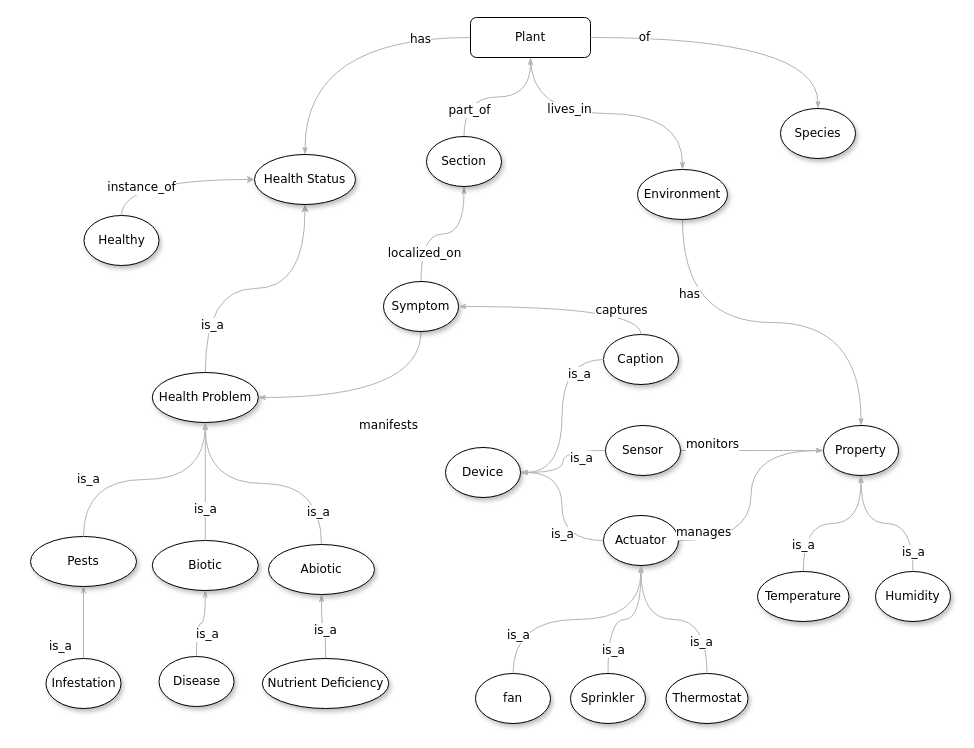
The draw.io diagram greenhouse_conceptualization.drawio in francescoperagine/GreMaES, before the edit. Source tidied: cells renumbered, new cells numbered last; positions are measured from the earlier drawing's top-left corner, leaving out a move shared by most shapes. Both pictures are drawn from the tidied source at 100%, with x=0, y=0 at pixel (30, 17).
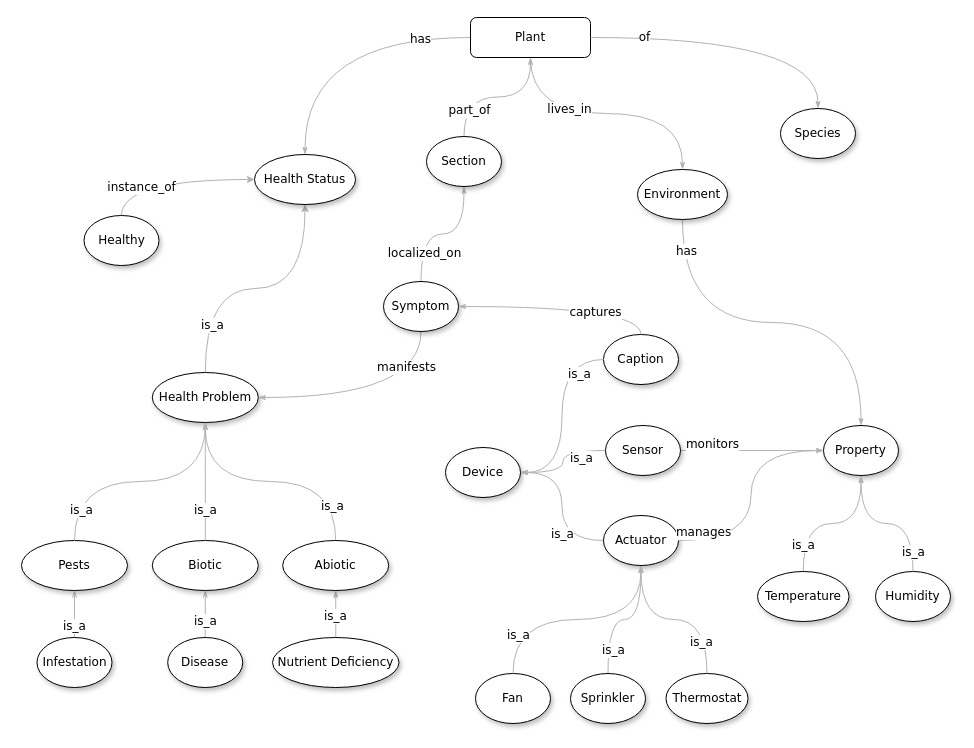
Above is the later version.

Commit message (it also covers changes not shown here):
Conceptualization update, healthy status added, messages fix

The change refers to these unchanged cells:
```xml
<mxCell id="9" value="&lt;span&gt;Environment&lt;/span&gt;" style="ellipse;whiteSpace=wrap;html=1;rounded=0;shadow=1;comic=0;labelBackgroundColor=default;strokeWidth=1;fontFamily=Verdana;fontSize=12;align=center;" parent="1" vertex="1">
  <mxGeometry x="607" y="152" width="90" height="50" as="geometry" />
</mxCell>
<mxCell id="10" value="&lt;span&gt;Property&lt;/span&gt;" style="ellipse;whiteSpace=wrap;html=1;rounded=0;shadow=1;comic=0;labelBackgroundColor=default;strokeWidth=1;fontFamily=Verdana;fontSize=12;align=center;" parent="1" vertex="1">
  <mxGeometry x="793" y="408" width="75" height="50" as="geometry" />
</mxCell>
<mxCell id="13" value="Health Problem" style="ellipse;whiteSpace=wrap;html=1;rounded=0;shadow=1;comic=0;labelBackgroundColor=default;strokeWidth=1;fontFamily=Verdana;fontSize=12;align=center;" parent="1" vertex="1">
  <mxGeometry x="121.8" y="355" width="106" height="50" as="geometry" />
</mxCell>
<mxCell id="19" value="Symptom" style="ellipse;whiteSpace=wrap;html=1;rounded=0;shadow=1;comic=0;labelBackgroundColor=default;strokeWidth=1;fontFamily=Verdana;fontSize=12;align=center;" parent="1" vertex="1">
  <mxGeometry x="353" y="264" width="75" height="50" as="geometry" />
</mxCell>
<mxCell id="38" value="Biotic" style="ellipse;whiteSpace=wrap;html=1;rounded=0;shadow=1;comic=0;labelBackgroundColor=default;strokeWidth=1;fontFamily=Verdana;fontSize=12;align=center;" parent="1" vertex="1">
  <mxGeometry x="121.8" y="523" width="106" height="50" as="geometry" />
</mxCell>
<mxCell id="41" value="&lt;span&gt;Caption&lt;/span&gt;" style="ellipse;whiteSpace=wrap;html=1;rounded=0;shadow=1;comic=0;labelBackgroundColor=default;strokeWidth=1;fontFamily=Verdana;fontSize=12;align=center;" parent="1" vertex="1">
  <mxGeometry x="573" y="317" width="75" height="50" as="geometry" />
</mxCell>
```

What changed in the source:
```diff
@@
     <mxCell id="8" value="has" style="edgeStyle=orthogonalEdgeStyle;rounded=0;html=1;labelBackgroundColor=default;startArrow=classicThin;startFill=1;startSize=5;endArrow=none;endFill=0;endSize=5;jettySize=auto;strokeColor=#B3B3B3;strokeWidth=1;fontFamily=Verdana;fontSize=12;curved=1;entryX=0.5;entryY=1;entryDx=0;entryDy=0;exitX=0.5;exitY=0;exitDx=0;exitDy=0;" parent="1" edge="1" source="10" target="9">
-      <mxGeometry x="0.61" y="-7" relative="1" as="geometry" />
+      <mxGeometry x="0.84" y="-4" relative="1" as="geometry">
+        <mxPoint y="1" as="offset" />
+      </mxGeometry>
     </mxCell>
@@
     <mxCell id="12" value="is_a" style="edgeStyle=orthogonalEdgeStyle;rounded=0;html=1;labelBackgroundColor=default;startArrow=openThin;startFill=0;startSize=5;endArrow=none;endFill=0;endSize=5;jettySize=auto;strokeColor=#B3B3B3;strokeWidth=1;fontFamily=Verdana;fontSize=12;exitX=0.5;exitY=1;exitDx=0;exitDy=0;elbow=vertical;curved=1;" parent="1" edge="1" source="38" target="15">
-      <mxGeometry x="0.41" y="10" relative="1" as="geometry">
-        <mxPoint x="1" as="offset" />
-      </mxGeometry>
+      <mxGeometry x="0.31" relative="1" as="geometry" />
     </mxCell>
@@
     <mxCell id="15" value="Disease" style="ellipse;whiteSpace=wrap;html=1;rounded=0;shadow=1;comic=0;labelBackgroundColor=default;strokeWidth=1;fontFamily=Verdana;fontSize=12;align=center;" parent="1" vertex="1">
-      <mxGeometry x="128.5" y="639" width="75" height="50" as="geometry" />
+      <mxGeometry x="137.2" y="620" width="75" height="50" as="geometry" />
     </mxCell>
@@
     <mxCell id="18" value="manifests" style="edgeStyle=orthogonalEdgeStyle;rounded=0;html=1;labelBackgroundColor=default;startArrow=classicThin;startFill=1;startSize=5;endArrow=none;endFill=0;endSize=5;jettySize=auto;strokeColor=#B3B3B3;strokeWidth=1;fontFamily=Verdana;fontSize=12;elbow=vertical;curved=1;" parent="1" edge="1" source="13" target="19">
-      <mxGeometry x="0.14" y="-28" relative="1" as="geometry" />
+      <mxGeometry x="0.69" y="16" relative="1" as="geometry">
+        <mxPoint x="1" as="offset" />
+      </mxGeometry>
     </mxCell>
@@
     <mxCell id="20" value="is_a" style="edgeStyle=orthogonalEdgeStyle;rounded=0;html=1;labelBackgroundColor=default;startArrow=openThin;startFill=0;startSize=5;endArrow=none;endFill=0;endSize=5;jettySize=auto;strokeColor=#B3B3B3;strokeWidth=1;fontFamily=Verdana;fontSize=12;elbow=vertical;curved=1;" parent="1" edge="1" source="50" target="21">
-      <mxGeometry x="0.66" y="-23" relative="1" as="geometry" />
+      <mxGeometry x="0.54" relative="1" as="geometry" />
     </mxCell>
     <mxCell id="21" value="Infestation" style="ellipse;whiteSpace=wrap;html=1;rounded=0;shadow=1;comic=0;labelBackgroundColor=default;strokeWidth=1;fontFamily=Verdana;fontSize=12;align=center;" parent="1" vertex="1">
-      <mxGeometry x="15.5" y="641" width="75" height="50" as="geometry" />
+      <mxGeometry x="6.5" y="620" width="75" height="50" as="geometry" />
     </mxCell>
     <mxCell id="22" value="is_a" style="edgeStyle=orthogonalEdgeStyle;rounded=0;html=1;labelBackgroundColor=default;startArrow=none;startFill=0;startSize=5;endArrow=classicThin;endFill=1;endSize=5;jettySize=auto;strokeColor=#B3B3B3;strokeWidth=1;fontFamily=Verdana;fontSize=12;verticalAlign=middle;horizontal=1;elbow=vertical;curved=1;exitX=0.5;exitY=0;exitDx=0;exitDy=0;" parent="1" edge="1" source="23" target="39">
-      <mxGeometry x="-0.17" relative="1" as="geometry" />
+      <mxGeometry x="-0.12" relative="1" as="geometry" />
     </mxCell>
     <mxCell id="23" value="&lt;span&gt;Nutrient Deficiency&lt;/span&gt;" style="ellipse;whiteSpace=wrap;html=1;rounded=0;shadow=1;comic=0;labelBackgroundColor=default;strokeWidth=1;fontFamily=Verdana;fontSize=12;align=center;" parent="1" vertex="1">
-      <mxGeometry x="231.8" y="641" width="126.5" height="50" as="geometry" />
+      <mxGeometry x="242" y="620" width="126.5" height="50" as="geometry" />
     </mxCell>
@@
     <mxCell id="39" value="Abiotic" style="ellipse;whiteSpace=wrap;html=1;rounded=0;shadow=1;comic=0;labelBackgroundColor=default;strokeWidth=1;fontFamily=Verdana;fontSize=12;align=center;" parent="1" vertex="1">
-      <mxGeometry x="238" y="527" width="106" height="50" as="geometry" />
+      <mxGeometry x="252.2" y="523" width="106" height="50" as="geometry" />
     </mxCell>
     <mxCell id="40" value="is_a" style="edgeStyle=orthogonalEdgeStyle;rounded=0;html=1;labelBackgroundColor=default;startArrow=openThin;startFill=0;startSize=5;endArrow=none;endFill=0;endSize=5;jettySize=auto;strokeColor=#B3B3B3;strokeWidth=1;fontFamily=Verdana;fontSize=12;exitX=0.5;exitY=1;exitDx=0;exitDy=0;elbow=vertical;curved=1;" parent="1" edge="1" source="13" target="38">
-      <mxGeometry x="0.48" relative="1" as="geometry" />
+      <mxGeometry x="0.49" relative="1" as="geometry" />
     </mxCell>
@@
     <mxCell id="43" value="captures" style="edgeStyle=orthogonalEdgeStyle;rounded=0;html=1;labelBackgroundColor=default;startArrow=classicThin;startFill=1;startSize=5;endArrow=none;endFill=0;endSize=5;jettySize=auto;strokeColor=#B3B3B3;strokeWidth=1;fontFamily=Verdana;fontSize=12;curved=1;exitX=1;exitY=0.5;exitDx=0;exitDy=0;entryX=0.5;entryY=0;entryDx=0;entryDy=0;" parent="1" edge="1" source="19" target="41">
-      <mxGeometry x="0.55" y="-4" relative="1" as="geometry" />
+      <mxGeometry x="0.3" y="-6" relative="1" as="geometry" />
     </mxCell>
@@
-    <mxCell id="46" value="&lt;span&gt;fan&lt;/span&gt;" style="ellipse;whiteSpace=wrap;html=1;rounded=0;shadow=1;comic=0;labelBackgroundColor=default;strokeWidth=1;fontFamily=Verdana;fontSize=12;align=center;" parent="1" vertex="1">
+    <mxCell id="46" value="&lt;span&gt;Fan&lt;/span&gt;" style="ellipse;whiteSpace=wrap;html=1;rounded=0;shadow=1;comic=0;labelBackgroundColor=default;strokeWidth=1;fontFamily=Verdana;fontSize=12;align=center;" parent="1" vertex="1">
       <mxGeometry x="445" y="656" width="75" height="50" as="geometry" />
     </mxCell>
@@
     <mxCell id="50" value="Pests" style="ellipse;whiteSpace=wrap;html=1;rounded=0;shadow=1;comic=0;labelBackgroundColor=default;strokeWidth=1;fontFamily=Verdana;fontSize=12;align=center;" parent="1" vertex="1">
-      <mxGeometry y="519" width="106" height="50" as="geometry" />
+      <mxGeometry x="-9" y="523" width="106" height="50" as="geometry" />
     </mxCell>
     <mxCell id="51" value="is_a" style="edgeStyle=orthogonalEdgeStyle;rounded=0;html=1;labelBackgroundColor=default;startArrow=openThin;startFill=0;startSize=5;endArrow=none;endFill=0;endSize=5;jettySize=auto;strokeColor=#B3B3B3;strokeWidth=1;fontFamily=Verdana;fontSize=12;elbow=vertical;curved=1;exitX=0.5;exitY=1;exitDx=0;exitDy=0;" parent="1" edge="1" source="13" target="50">
-      <mxGeometry x="0.48" relative="1" as="geometry" />
+      <mxGeometry x="0.76" y="7" relative="1" as="geometry" />
     </mxCell>
```
